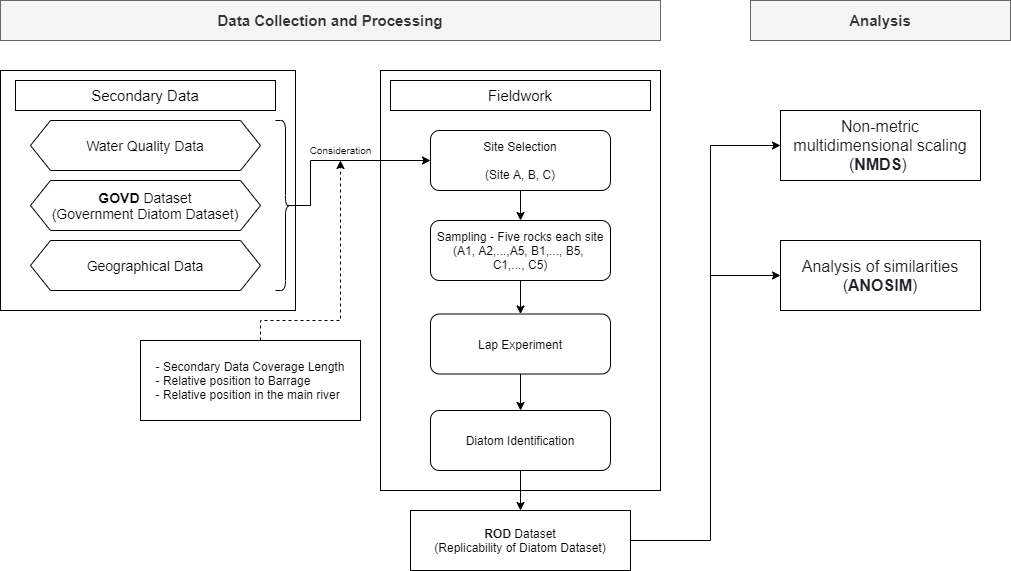
Above: Chapter4_Flowchart.png in muyeoljung/PhD_Studyarea (draw.io), before the change. Source tidied: cells renumbered, new cells last; positions are measured from the earlier drawing's top-left corner, leaving out a move shared by most shapes. Source of this version:
```xml
<mxGraphModel>
  <root>
    <mxCell id="0" />
    <mxCell id="1" parent="0" />
    <mxCell id="2" style="rounded=0;whiteSpace=wrap;html=1;" parent="1" vertex="1">
      <mxGeometry y="70" width="295" height="240" as="geometry" />
    </mxCell>
    <mxCell id="3" style="rounded=0;whiteSpace=wrap;html=1;" parent="1" vertex="1">
      <mxGeometry x="380" y="70" width="280" height="420" as="geometry" />
    </mxCell>
    <mxCell id="4" value="&lt;font style=&quot;font-size: 15px&quot;&gt;Secondary Data&lt;/font&gt;" style="rounded=0;whiteSpace=wrap;html=1;" parent="1" vertex="1">
      <mxGeometry x="15" y="80" width="260" height="30" as="geometry" />
    </mxCell>
    <mxCell id="5" value="&lt;font style=&quot;font-size: 14px&quot;&gt;Water Quality Data&lt;/font&gt;" style="shape=hexagon;perimeter=hexagonPerimeter2;whiteSpace=wrap;html=1;fixedSize=1;" parent="1" vertex="1">
      <mxGeometry x="30" y="120" width="230" height="50" as="geometry" />
    </mxCell>
    <mxCell id="6" value="&lt;font style=&quot;font-size: 14px&quot;&gt;&lt;b&gt;GOVD&lt;/b&gt; Dataset&lt;br&gt;(Government Diatom Dataset)&lt;br&gt;&lt;/font&gt;" style="shape=hexagon;perimeter=hexagonPerimeter2;whiteSpace=wrap;html=1;fixedSize=1;" parent="1" vertex="1">
      <mxGeometry x="30" y="180" width="230" height="50" as="geometry" />
    </mxCell>
    <mxCell id="7" value="&lt;font style=&quot;font-size: 14px&quot;&gt;Geographical Data&lt;/font&gt;" style="shape=hexagon;perimeter=hexagonPerimeter2;whiteSpace=wrap;html=1;fixedSize=1;" parent="1" vertex="1">
      <mxGeometry x="30" y="240" width="230" height="50" as="geometry" />
    </mxCell>
    <mxCell id="8" style="edgeStyle=orthogonalEdgeStyle;rounded=0;jettySize=auto;html=1;exitX=0.1;exitY=0.5;exitDx=0;exitDy=0;exitPerimeter=0;entryX=0;entryY=0.5;entryDx=0;entryDy=0;" parent="1" edge="1" source="9" target="12">
      <mxGeometry relative="1" as="geometry">
        <Array as="points">
          <mxPoint x="310" y="205" />
          <mxPoint x="310" y="160" />
        </Array>
      </mxGeometry>
    </mxCell>
    <mxCell id="9" style="shape=curlyBracket;whiteSpace=wrap;html=1;rounded=1;rotation=-180;" parent="1" vertex="1">
      <mxGeometry x="275" y="120" width="20" height="170" as="geometry" />
    </mxCell>
    <mxCell id="10" value="&lt;font style=&quot;font-size: 15px&quot;&gt;Fieldwork&lt;/font&gt;" style="rounded=0;whiteSpace=wrap;html=1;" parent="1" vertex="1">
      <mxGeometry x="390" y="80" width="260" height="30" as="geometry" />
    </mxCell>
    <mxCell id="11" style="edgeStyle=orthogonalEdgeStyle;rounded=0;jettySize=auto;html=1;exitX=0.5;exitY=1;exitDx=0;exitDy=0;entryX=0.5;entryY=0;entryDx=0;entryDy=0;" parent="1" edge="1" source="12" target="14">
      <mxGeometry relative="1" as="geometry" />
    </mxCell>
    <mxCell id="12" value="Site Selection&lt;br&gt;&lt;br&gt;(Site A, B, C)" style="rounded=1;whiteSpace=wrap;html=1;" parent="1" vertex="1">
      <mxGeometry x="430" y="130" width="180" height="60" as="geometry" />
    </mxCell>
    <mxCell id="13" style="edgeStyle=orthogonalEdgeStyle;rounded=0;jettySize=auto;html=1;exitX=0.5;exitY=1;exitDx=0;exitDy=0;entryX=0.5;entryY=0;entryDx=0;entryDy=0;" parent="1" edge="1" source="14" target="16">
      <mxGeometry relative="1" as="geometry" />
    </mxCell>
    <mxCell id="14" value="Sampling -&amp;nbsp;Five rocks each site&lt;br&gt;(A1, A2,...,A5, B1,..., B5, &lt;br&gt;C1,..., C5)" style="rounded=1;whiteSpace=wrap;html=1;" parent="1" vertex="1">
      <mxGeometry x="430" y="220" width="180" height="60" as="geometry" />
    </mxCell>
    <mxCell id="15" style="edgeStyle=orthogonalEdgeStyle;rounded=0;jettySize=auto;html=1;exitX=0.5;exitY=1;exitDx=0;exitDy=0;entryX=0.5;entryY=0;entryDx=0;entryDy=0;" parent="1" edge="1" source="16" target="18">
      <mxGeometry relative="1" as="geometry" />
    </mxCell>
    <mxCell id="16" value="Lap Experiment" style="rounded=1;whiteSpace=wrap;html=1;" parent="1" vertex="1">
      <mxGeometry x="430" y="313.5" width="180" height="60" as="geometry" />
    </mxCell>
    <mxCell id="17" style="edgeStyle=orthogonalEdgeStyle;rounded=0;jettySize=auto;html=1;exitX=0.5;exitY=1;exitDx=0;exitDy=0;entryX=0.5;entryY=0;entryDx=0;entryDy=0;" parent="1" edge="1" source="18" target="20">
      <mxGeometry relative="1" as="geometry" />
    </mxCell>
    <mxCell id="18" value="Diatom Identification" style="rounded=1;whiteSpace=wrap;html=1;" parent="1" vertex="1">
      <mxGeometry x="430" y="410" width="180" height="60" as="geometry" />
    </mxCell>
    <mxCell id="19" style="edgeStyle=orthogonalEdgeStyle;rounded=0;jettySize=auto;html=1;exitX=1;exitY=0.5;exitDx=0;exitDy=0;entryX=0;entryY=0.5;entryDx=0;entryDy=0;" parent="1" edge="1" source="20" target="22">
      <mxGeometry relative="1" as="geometry">
        <Array as="points">
          <mxPoint x="710" y="540" />
          <mxPoint x="710" y="145" />
        </Array>
      </mxGeometry>
    </mxCell>
    <mxCell id="20" value="&lt;b&gt;ROD&lt;/b&gt; Dataset&lt;br&gt;(Replicability of Diatom Dataset)" style="rounded=0;whiteSpace=wrap;html=1;" parent="1" vertex="1">
      <mxGeometry x="410" y="510" width="220" height="60" as="geometry" />
    </mxCell>
    <mxCell id="21" value="&lt;font style=&quot;font-size: 15px&quot;&gt;&lt;b&gt;Analysis&lt;/b&gt;&lt;/font&gt;" style="rounded=0;whiteSpace=wrap;html=1;fillColor=#f5f5f5;strokeColor=#666666;fontColor=#333333;" parent="1" vertex="1">
      <mxGeometry x="750" width="260" height="40" as="geometry" />
    </mxCell>
    <mxCell id="22" value="&lt;span style=&quot;color: rgb(32 , 33 , 36) ; font-family: &amp;#34;apple sd gothic neo&amp;#34; , &amp;#34;arial&amp;#34; , sans-serif ; font-size: 16px ; text-align: left ; background-color: rgb(255 , 255 , 255)&quot;&gt;Non-metric multidimensional scaling (&lt;/span&gt;&lt;b style=&quot;color: rgb(32 , 33 , 36) ; font-family: &amp;#34;apple sd gothic neo&amp;#34; , &amp;#34;arial&amp;#34; , sans-serif ; font-size: 16px ; text-align: left ; background-color: rgb(255 , 255 , 255)&quot;&gt;NMDS&lt;/b&gt;&lt;span style=&quot;color: rgb(32 , 33 , 36) ; font-family: &amp;#34;apple sd gothic neo&amp;#34; , &amp;#34;arial&amp;#34; , sans-serif ; font-size: 16px ; text-align: left ; background-color: rgb(255 , 255 , 255)&quot;&gt;)&amp;nbsp;&lt;/span&gt;" style="rounded=0;whiteSpace=wrap;html=1;" parent="1" vertex="1">
      <mxGeometry x="780" y="110" width="200" height="70" as="geometry" />
    </mxCell>
    <mxCell id="23" value="&lt;span style=&quot;color: rgb(32 , 33 , 36) ; font-family: &amp;#34;apple sd gothic neo&amp;#34; , &amp;#34;arial&amp;#34; , sans-serif ; font-size: 16px ; text-align: left ; background-color: rgb(255 , 255 , 255)&quot;&gt;Analysis of similarities (&lt;/span&gt;&lt;b style=&quot;color: rgb(32 , 33 , 36) ; font-family: &amp;#34;apple sd gothic neo&amp;#34; , &amp;#34;arial&amp;#34; , sans-serif ; font-size: 16px ; text-align: left ; background-color: rgb(255 , 255 , 255)&quot;&gt;ANOSIM&lt;/b&gt;&lt;span style=&quot;color: rgb(32 , 33 , 36) ; font-family: &amp;#34;apple sd gothic neo&amp;#34; , &amp;#34;arial&amp;#34; , sans-serif ; font-size: 16px ; text-align: left ; background-color: rgb(255 , 255 , 255)&quot;&gt;)&lt;/span&gt;" style="rounded=0;whiteSpace=wrap;html=1;" parent="1" vertex="1">
      <mxGeometry x="780" y="240" width="200" height="70" as="geometry" />
    </mxCell>
    <mxCell id="24" style="endArrow=classic;html=1;entryX=0;entryY=0.5;entryDx=0;entryDy=0;" parent="1" edge="1" target="23">
      <mxGeometry relative="1" as="geometry">
        <mxPoint x="710" y="275" as="sourcePoint" />
      </mxGeometry>
    </mxCell>
    <mxCell id="25" value="&lt;font style=&quot;font-size: 15px&quot;&gt;&lt;b&gt;Data Collection and Processing&lt;/b&gt;&lt;/font&gt;" style="rounded=0;whiteSpace=wrap;html=1;fillColor=#f5f5f5;strokeColor=#666666;fontColor=#333333;" parent="1" vertex="1">
      <mxGeometry width="660" height="40" as="geometry" />
    </mxCell>
    <mxCell id="26" style="edgeStyle=orthogonalEdgeStyle;rounded=0;jettySize=auto;html=1;dashed=1;" parent="1" edge="1" source="27">
      <mxGeometry relative="1" as="geometry">
        <mxPoint x="340" y="160" as="targetPoint" />
        <Array as="points">
          <mxPoint x="260" y="320" />
          <mxPoint x="340" y="320" />
          <mxPoint x="340" y="160" />
        </Array>
      </mxGeometry>
    </mxCell>
    <mxCell id="27" value="&lt;div style=&quot;text-align: left&quot;&gt;&lt;span&gt;- Secondary Data Coverage Length&lt;/span&gt;&lt;/div&gt;&lt;div style=&quot;text-align: left&quot;&gt;&lt;span&gt;- Relative position to Barrage&lt;/span&gt;&lt;/div&gt;&lt;div style=&quot;text-align: left&quot;&gt;&lt;span&gt;- Relative position in the main river&lt;/span&gt;&lt;/div&gt;" style="whiteSpace=wrap;html=1;" parent="1" vertex="1">
      <mxGeometry x="140" y="340" width="220" height="80" as="geometry" />
    </mxCell>
    <mxCell id="28" value="Consideration" style="text;html=1;align=center;verticalAlign=middle;fontSize=10;" parent="1" vertex="1">
      <mxGeometry x="300" y="140" width="80" height="20" as="geometry" />
    </mxCell>
  </root>
</mxGraphModel>
```
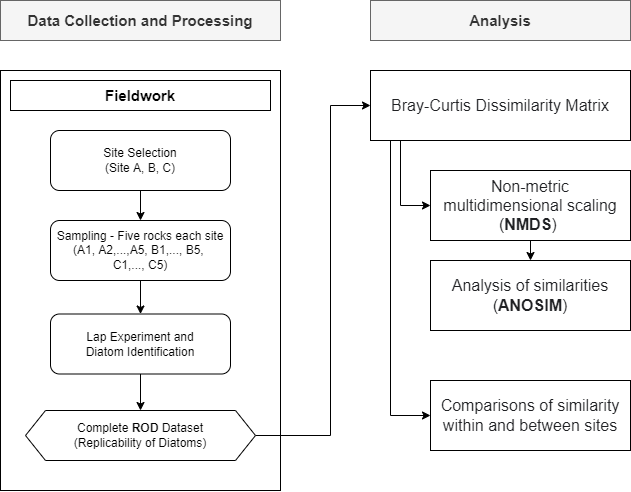
After the change.

The edit, as a diff of the source:
```diff
@@ -2,42 +2,16 @@
   <root>
     <mxCell id="0" />
     <mxCell id="1" parent="0" />
-    <mxCell id="2" style="rounded=0;whiteSpace=wrap;html=1;" parent="1" vertex="1">
-      <mxGeometry y="70" width="295" height="240" as="geometry" />
-    </mxCell>
     <mxCell id="3" style="rounded=0;whiteSpace=wrap;html=1;" parent="1" vertex="1">
       <mxGeometry x="380" y="70" width="280" height="420" as="geometry" />
     </mxCell>
-    <mxCell id="4" value="&lt;font style=&quot;font-size: 15px&quot;&gt;Secondary Data&lt;/font&gt;" style="rounded=0;whiteSpace=wrap;html=1;" parent="1" vertex="1">
-      <mxGeometry x="15" y="80" width="260" height="30" as="geometry" />
-    </mxCell>
-    <mxCell id="5" value="&lt;font style=&quot;font-size: 14px&quot;&gt;Water Quality Data&lt;/font&gt;" style="shape=hexagon;perimeter=hexagonPerimeter2;whiteSpace=wrap;html=1;fixedSize=1;" parent="1" vertex="1">
-      <mxGeometry x="30" y="120" width="230" height="50" as="geometry" />
-    </mxCell>
-    <mxCell id="6" value="&lt;font style=&quot;font-size: 14px&quot;&gt;&lt;b&gt;GOVD&lt;/b&gt; Dataset&lt;br&gt;(Government Diatom Dataset)&lt;br&gt;&lt;/font&gt;" style="shape=hexagon;perimeter=hexagonPerimeter2;whiteSpace=wrap;html=1;fixedSize=1;" parent="1" vertex="1">
-      <mxGeometry x="30" y="180" width="230" height="50" as="geometry" />
-    </mxCell>
-    <mxCell id="7" value="&lt;font style=&quot;font-size: 14px&quot;&gt;Geographical Data&lt;/font&gt;" style="shape=hexagon;perimeter=hexagonPerimeter2;whiteSpace=wrap;html=1;fixedSize=1;" parent="1" vertex="1">
-      <mxGeometry x="30" y="240" width="230" height="50" as="geometry" />
-    </mxCell>
-    <mxCell id="8" style="edgeStyle=orthogonalEdgeStyle;rounded=0;jettySize=auto;html=1;exitX=0.1;exitY=0.5;exitDx=0;exitDy=0;exitPerimeter=0;entryX=0;entryY=0.5;entryDx=0;entryDy=0;" parent="1" edge="1" source="9" target="12">
-      <mxGeometry relative="1" as="geometry">
-        <Array as="points">
-          <mxPoint x="310" y="205" />
-          <mxPoint x="310" y="160" />
-        </Array>
-      </mxGeometry>
-    </mxCell>
-    <mxCell id="9" style="shape=curlyBracket;whiteSpace=wrap;html=1;rounded=1;rotation=-180;" parent="1" vertex="1">
-      <mxGeometry x="275" y="120" width="20" height="170" as="geometry" />
-    </mxCell>
-    <mxCell id="10" value="&lt;font style=&quot;font-size: 15px&quot;&gt;Fieldwork&lt;/font&gt;" style="rounded=0;whiteSpace=wrap;html=1;" parent="1" vertex="1">
+    <mxCell id="10" value="&lt;font style=&quot;font-size: 15px&quot;&gt;&lt;b&gt;Fieldwork&lt;/b&gt;&lt;/font&gt;" style="rounded=0;whiteSpace=wrap;html=1;" parent="1" vertex="1">
       <mxGeometry x="390" y="80" width="260" height="30" as="geometry" />
     </mxCell>
     <mxCell id="11" style="edgeStyle=orthogonalEdgeStyle;rounded=0;jettySize=auto;html=1;exitX=0.5;exitY=1;exitDx=0;exitDy=0;entryX=0.5;entryY=0;entryDx=0;entryDy=0;" parent="1" edge="1" source="12" target="14">
       <mxGeometry relative="1" as="geometry" />
     </mxCell>
-    <mxCell id="12" value="Site Selection&lt;br&gt;&lt;br&gt;(Site A, B, C)" style="rounded=1;whiteSpace=wrap;html=1;" parent="1" vertex="1">
+    <mxCell id="12" value="Site Selection&lt;br&gt;(Site A, B, C)" style="rounded=1;whiteSpace=wrap;html=1;" parent="1" vertex="1">
       <mxGeometry x="430" y="130" width="180" height="60" as="geometry" />
     </mxCell>
     <mxCell id="13" style="edgeStyle=orthogonalEdgeStyle;rounded=0;jettySize=auto;html=1;exitX=0.5;exitY=1;exitDx=0;exitDy=0;entryX=0.5;entryY=0;entryDx=0;entryDy=0;" parent="1" edge="1" source="14" target="16">
@@ -46,61 +20,59 @@
     <mxCell id="14" value="Sampling -&amp;nbsp;Five rocks each site&lt;br&gt;(A1, A2,...,A5, B1,..., B5, &lt;br&gt;C1,..., C5)" style="rounded=1;whiteSpace=wrap;html=1;" parent="1" vertex="1">
       <mxGeometry x="430" y="220" width="180" height="60" as="geometry" />
     </mxCell>
-    <mxCell id="15" style="edgeStyle=orthogonalEdgeStyle;rounded=0;jettySize=auto;html=1;exitX=0.5;exitY=1;exitDx=0;exitDy=0;entryX=0.5;entryY=0;entryDx=0;entryDy=0;" parent="1" edge="1" source="16" target="18">
-      <mxGeometry relative="1" as="geometry" />
+    <mxCell id="15" style="edgeStyle=orthogonalEdgeStyle;rounded=0;jettySize=auto;html=1;exitX=0.5;exitY=1;exitDx=0;exitDy=0;entryX=0.5;entryY=0;entryDx=0;entryDy=0;" parent="1" edge="1" source="16">
+      <mxGeometry relative="1" as="geometry">
+        <mxPoint x="520" y="410" as="targetPoint" />
+      </mxGeometry>
     </mxCell>
-    <mxCell id="16" value="Lap Experiment" style="rounded=1;whiteSpace=wrap;html=1;" parent="1" vertex="1">
+    <mxCell id="16" value="Lap Experiment and&lt;br&gt;Diatom Identification" style="rounded=1;whiteSpace=wrap;html=1;" parent="1" vertex="1">
       <mxGeometry x="430" y="313.5" width="180" height="60" as="geometry" />
     </mxCell>
-    <mxCell id="17" style="edgeStyle=orthogonalEdgeStyle;rounded=0;jettySize=auto;html=1;exitX=0.5;exitY=1;exitDx=0;exitDy=0;entryX=0.5;entryY=0;entryDx=0;entryDy=0;" parent="1" edge="1" source="18" target="20">
-      <mxGeometry relative="1" as="geometry" />
-    </mxCell>
-    <mxCell id="18" value="Diatom Identification" style="rounded=1;whiteSpace=wrap;html=1;" parent="1" vertex="1">
-      <mxGeometry x="430" y="410" width="180" height="60" as="geometry" />
-    </mxCell>
-    <mxCell id="19" style="edgeStyle=orthogonalEdgeStyle;rounded=0;jettySize=auto;html=1;exitX=1;exitY=0.5;exitDx=0;exitDy=0;entryX=0;entryY=0.5;entryDx=0;entryDy=0;" parent="1" edge="1" source="20" target="22">
+    <mxCell id="19" style="edgeStyle=orthogonalEdgeStyle;rounded=0;jettySize=auto;html=1;exitX=1;exitY=0.5;exitDx=0;exitDy=0;entryX=0;entryY=0.5;entryDx=0;entryDy=0;" parent="1" edge="1" source="30" target="33">
       <mxGeometry relative="1" as="geometry">
         <Array as="points">
-          <mxPoint x="710" y="540" />
-          <mxPoint x="710" y="145" />
+          <mxPoint x="710" y="435" />
+          <mxPoint x="710" y="105" />
         </Array>
       </mxGeometry>
     </mxCell>
-    <mxCell id="20" value="&lt;b&gt;ROD&lt;/b&gt; Dataset&lt;br&gt;(Replicability of Diatom Dataset)" style="rounded=0;whiteSpace=wrap;html=1;" parent="1" vertex="1">
-      <mxGeometry x="410" y="510" width="220" height="60" as="geometry" />
-    </mxCell>
     <mxCell id="21" value="&lt;font style=&quot;font-size: 15px&quot;&gt;&lt;b&gt;Analysis&lt;/b&gt;&lt;/font&gt;" style="rounded=0;whiteSpace=wrap;html=1;fillColor=#f5f5f5;strokeColor=#666666;fontColor=#333333;" parent="1" vertex="1">
       <mxGeometry x="750" width="260" height="40" as="geometry" />
     </mxCell>
+    <mxCell id="29" style="edgeStyle=orthogonalEdgeStyle;rounded=0;jettySize=auto;html=1;exitX=0.5;exitY=1;exitDx=0;exitDy=0;entryX=0.5;entryY=0;entryDx=0;entryDy=0;" parent="1" edge="1" source="22" target="23">
+      <mxGeometry relative="1" as="geometry" />
+    </mxCell>
     <mxCell id="22" value="&lt;span style=&quot;color: rgb(32 , 33 , 36) ; font-family: &amp;#34;apple sd gothic neo&amp;#34; , &amp;#34;arial&amp;#34; , sans-serif ; font-size: 16px ; text-align: left ; background-color: rgb(255 , 255 , 255)&quot;&gt;Non-metric multidimensional scaling (&lt;/span&gt;&lt;b style=&quot;color: rgb(32 , 33 , 36) ; font-family: &amp;#34;apple sd gothic neo&amp;#34; , &amp;#34;arial&amp;#34; , sans-serif ; font-size: 16px ; text-align: left ; background-color: rgb(255 , 255 , 255)&quot;&gt;NMDS&lt;/b&gt;&lt;span style=&quot;color: rgb(32 , 33 , 36) ; font-family: &amp;#34;apple sd gothic neo&amp;#34; , &amp;#34;arial&amp;#34; , sans-serif ; font-size: 16px ; text-align: left ; background-color: rgb(255 , 255 , 255)&quot;&gt;)&amp;nbsp;&lt;/span&gt;" style="rounded=0;whiteSpace=wrap;html=1;" parent="1" vertex="1">
-      <mxGeometry x="780" y="110" width="200" height="70" as="geometry" />
+      <mxGeometry x="810" y="170" width="200" height="70" as="geometry" />
     </mxCell>
     <mxCell id="23" value="&lt;span style=&quot;color: rgb(32 , 33 , 36) ; font-family: &amp;#34;apple sd gothic neo&amp;#34; , &amp;#34;arial&amp;#34; , sans-serif ; font-size: 16px ; text-align: left ; background-color: rgb(255 , 255 , 255)&quot;&gt;Analysis of similarities (&lt;/span&gt;&lt;b style=&quot;color: rgb(32 , 33 , 36) ; font-family: &amp;#34;apple sd gothic neo&amp;#34; , &amp;#34;arial&amp;#34; , sans-serif ; font-size: 16px ; text-align: left ; background-color: rgb(255 , 255 , 255)&quot;&gt;ANOSIM&lt;/b&gt;&lt;span style=&quot;color: rgb(32 , 33 , 36) ; font-family: &amp;#34;apple sd gothic neo&amp;#34; , &amp;#34;arial&amp;#34; , sans-serif ; font-size: 16px ; text-align: left ; background-color: rgb(255 , 255 , 255)&quot;&gt;)&lt;/span&gt;" style="rounded=0;whiteSpace=wrap;html=1;" parent="1" vertex="1">
-      <mxGeometry x="780" y="240" width="200" height="70" as="geometry" />
+      <mxGeometry x="810" y="260" width="200" height="70" as="geometry" />
     </mxCell>
-    <mxCell id="24" style="endArrow=classic;html=1;entryX=0;entryY=0.5;entryDx=0;entryDy=0;" parent="1" edge="1" target="23">
-      <mxGeometry relative="1" as="geometry">
-        <mxPoint x="710" y="275" as="sourcePoint" />
-      </mxGeometry>
-    </mxCell>
     <mxCell id="25" value="&lt;font style=&quot;font-size: 15px&quot;&gt;&lt;b&gt;Data Collection and Processing&lt;/b&gt;&lt;/font&gt;" style="rounded=0;whiteSpace=wrap;html=1;fillColor=#f5f5f5;strokeColor=#666666;fontColor=#333333;" parent="1" vertex="1">
-      <mxGeometry width="660" height="40" as="geometry" />
+      <mxGeometry x="380" width="280" height="40" as="geometry" />
     </mxCell>
-    <mxCell id="26" style="edgeStyle=orthogonalEdgeStyle;rounded=0;jettySize=auto;html=1;dashed=1;" parent="1" edge="1" source="27">
-      <mxGeometry relative="1" as="geometry">
-        <mxPoint x="340" y="160" as="targetPoint" />
-        <Array as="points">
-          <mxPoint x="260" y="320" />
-          <mxPoint x="340" y="320" />
-          <mxPoint x="340" y="160" />
-        </Array>
-      </mxGeometry>
-    </mxCell>
-    <mxCell id="27" value="&lt;div style=&quot;text-align: left&quot;&gt;&lt;span&gt;- Secondary Data Coverage Length&lt;/span&gt;&lt;/div&gt;&lt;div style=&quot;text-align: left&quot;&gt;&lt;span&gt;- Relative position to Barrage&lt;/span&gt;&lt;/div&gt;&lt;div style=&quot;text-align: left&quot;&gt;&lt;span&gt;- Relative position in the main river&lt;/span&gt;&lt;/div&gt;" style="whiteSpace=wrap;html=1;" parent="1" vertex="1">
-      <mxGeometry x="140" y="340" width="220" height="80" as="geometry" />
-    </mxCell>
-    <mxCell id="28" value="Consideration" style="text;html=1;align=center;verticalAlign=middle;fontSize=10;" parent="1" vertex="1">
-      <mxGeometry x="300" y="140" width="80" height="20" as="geometry" />
-    </mxCell>
+    <mxCell id="30" value="Complete &lt;b&gt;ROD&lt;/b&gt;&amp;nbsp;Dataset&lt;br&gt;(Replicability of Diatoms)" style="shape=hexagon;perimeter=hexagonPerimeter2;whiteSpace=wrap;html=1;fixedSize=1;" parent="1" vertex="1">
+      <mxGeometry x="405" y="410" width="230" height="50" as="geometry" />
+    </mxCell>
+    <mxCell id="31" style="edgeStyle=orthogonalEdgeStyle;rounded=0;jettySize=auto;html=1;entryX=0;entryY=0.5;entryDx=0;entryDy=0;" parent="1" edge="1" source="33" target="22">
+      <mxGeometry relative="1" as="geometry">
+        <Array as="points">
+          <mxPoint x="780" y="205" />
+        </Array>
+      </mxGeometry>
+    </mxCell>
+    <mxCell id="32" style="edgeStyle=orthogonalEdgeStyle;rounded=0;jettySize=auto;html=1;entryX=0;entryY=0.5;entryDx=0;entryDy=0;" parent="1" edge="1" source="33" target="34">
+      <mxGeometry relative="1" as="geometry">
+        <Array as="points">
+          <mxPoint x="770" y="415" />
+        </Array>
+      </mxGeometry>
+    </mxCell>
+    <mxCell id="33" value="&lt;div style=&quot;text-align: left&quot;&gt;&lt;span style=&quot;background-color: rgb(255 , 255 , 255) ; font-size: 16px ; color: rgb(32 , 33 , 36) ; font-family: &amp;#34;apple sd gothic neo&amp;#34; , &amp;#34;arial&amp;#34; , sans-serif&quot;&gt;Bray-Curtis Dissimilarity Matrix&lt;/span&gt;&lt;br&gt;&lt;/div&gt;" style="rounded=0;whiteSpace=wrap;html=1;" parent="1" vertex="1">
+      <mxGeometry x="750" y="70" width="260" height="70" as="geometry" />
+    </mxCell>
+    <mxCell id="34" value="&lt;div&gt;&lt;font color=&quot;#202124&quot; face=&quot;apple sd gothic neo, arial, sans-serif&quot;&gt;&lt;span style=&quot;font-size: 16px ; background-color: rgb(255 , 255 , 255)&quot;&gt;Comparisons of similarity within and between sites&lt;/span&gt;&lt;/font&gt;&lt;/div&gt;" style="rounded=0;whiteSpace=wrap;html=1;align=center;" parent="1" vertex="1">
+      <mxGeometry x="810" y="380" width="200" height="70" as="geometry" />
+    </mxCell>
   </root>
 </mxGraphModel>
```
